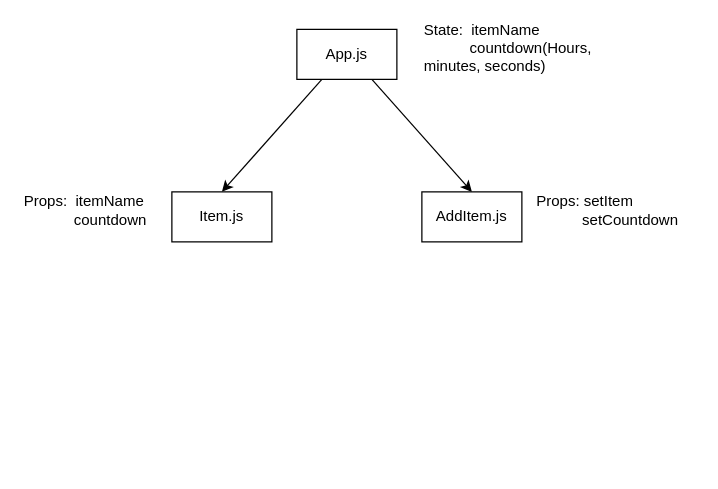
The draw.io diagram timer_app/src/component_tree.drawio in georgeussher/timer_app, before the edit. Source tidied: cells renumbered, new cells numbered last; positions are measured from the earlier drawing's top-left corner, leaving out a move shared by most shapes. Both pictures are drawn from the tidied source at 125%, with x=0, y=0 at pixel (21, 29).
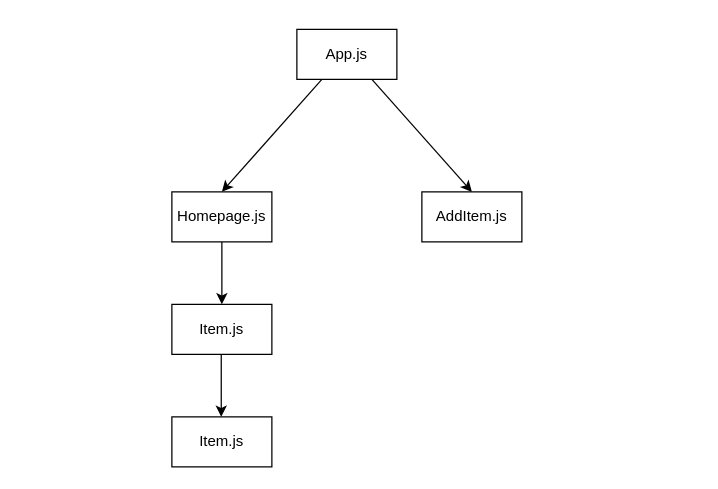
The same page after the edit.

What changed in the source:
```diff
@@
 <mxGraphModel>
   <root>
     <mxCell id="0" />
     <mxCell id="1" parent="0" />
     <mxCell id="2" style="edgeStyle=none;html=1;exitX=0.75;exitY=1;exitDx=0;exitDy=0;entryX=0.5;entryY=0;entryDx=0;entryDy=0;" parent="1" edge="1" source="4" target="5">
       <mxGeometry relative="1" as="geometry" />
     </mxCell>
     <mxCell id="3" style="edgeStyle=none;html=1;exitX=0.25;exitY=1;exitDx=0;exitDy=0;entryX=0.5;entryY=0;entryDx=0;entryDy=0;" parent="1" edge="1" source="4" target="6">
       <mxGeometry relative="1" as="geometry" />
     </mxCell>
     <mxCell id="4" value="App.js&lt;br&gt;" style="rounded=0;whiteSpace=wrap;html=1;" parent="1" vertex="1">
       <mxGeometry x="220" width="80" height="40" as="geometry" />
     </mxCell>
     <mxCell id="5" value="AddItem.js" style="rounded=0;whiteSpace=wrap;html=1;" parent="1" vertex="1">
       <mxGeometry x="320" y="130" width="80" height="40" as="geometry" />
     </mxCell>
-    <mxCell id="6" value="Item.js" style="rounded=0;whiteSpace=wrap;html=1;" parent="1" vertex="1">
+    <mxCell id="6" value="Homepage.js" style="rounded=0;whiteSpace=wrap;html=1;" parent="1" vertex="1">
       <mxGeometry x="120" y="130" width="80" height="40" as="geometry" />
     </mxCell>
-    <mxCell id="7" value="State:&amp;nbsp; itemName&lt;br&gt;&lt;span style=&quot;white-space: pre;&quot;&gt;&#9;&lt;/span&gt;&amp;nbsp; &amp;nbsp;countdown(Hours, minutes, seconds)&amp;nbsp;" style="text;html=1;strokeColor=none;fillColor=none;align=left;verticalAlign=middle;whiteSpace=wrap;rounded=0;" parent="1" vertex="1">
-      <mxGeometry x="320" width="150" height="30" as="geometry" />
-    </mxCell>
-    <mxCell id="8" value="Props: setItem&lt;br&gt;&lt;span style=&quot;white-space: pre;&quot;&gt;&#9;&lt;/span&gt;&amp;nbsp; &amp;nbsp;setCountdown" style="text;html=1;strokeColor=none;fillColor=none;align=left;verticalAlign=middle;whiteSpace=wrap;rounded=0;" parent="1" vertex="1">
-      <mxGeometry x="410" y="130" width="130" height="30" as="geometry" />
-    </mxCell>
-    <mxCell id="9" value="Props:&amp;nbsp; itemName&lt;br&gt;&lt;span style=&quot;white-space: pre;&quot;&gt;&#9;&lt;/span&gt;&amp;nbsp; &amp;nbsp; countdown" style="text;html=1;strokeColor=none;fillColor=none;align=left;verticalAlign=middle;whiteSpace=wrap;rounded=0;" parent="1" vertex="1">
-      <mxGeometry y="130" width="110" height="30" as="geometry" />
-    </mxCell>
+    <mxCell id="10" value="Item.js" style="rounded=0;whiteSpace=wrap;html=1;" parent="1" vertex="1">
+      <mxGeometry x="120" y="220" width="80" height="40" as="geometry" />
+    </mxCell>
+    <mxCell id="11" style="edgeStyle=none;html=1;exitX=0.5;exitY=1;exitDx=0;exitDy=0;entryX=0.5;entryY=0;entryDx=0;entryDy=0;" parent="1" edge="1" source="6" target="10">
+      <mxGeometry relative="1" as="geometry" />
+    </mxCell>
+    <mxCell id="12" value="Item.js" style="rounded=0;whiteSpace=wrap;html=1;" parent="1" vertex="1">
+      <mxGeometry x="120" y="310" width="80" height="40" as="geometry" />
+    </mxCell>
+    <mxCell id="13" style="edgeStyle=none;html=1;exitX=0.5;exitY=1;exitDx=0;exitDy=0;entryX=0.5;entryY=0;entryDx=0;entryDy=0;" parent="1" edge="1">
+      <mxGeometry relative="1" as="geometry">
+        <mxPoint x="159.5" y="260" as="sourcePoint" />
+        <mxPoint x="159.5" y="310" as="targetPoint" />
+      </mxGeometry>
+    </mxCell>
   </root>
 </mxGraphModel>
```
